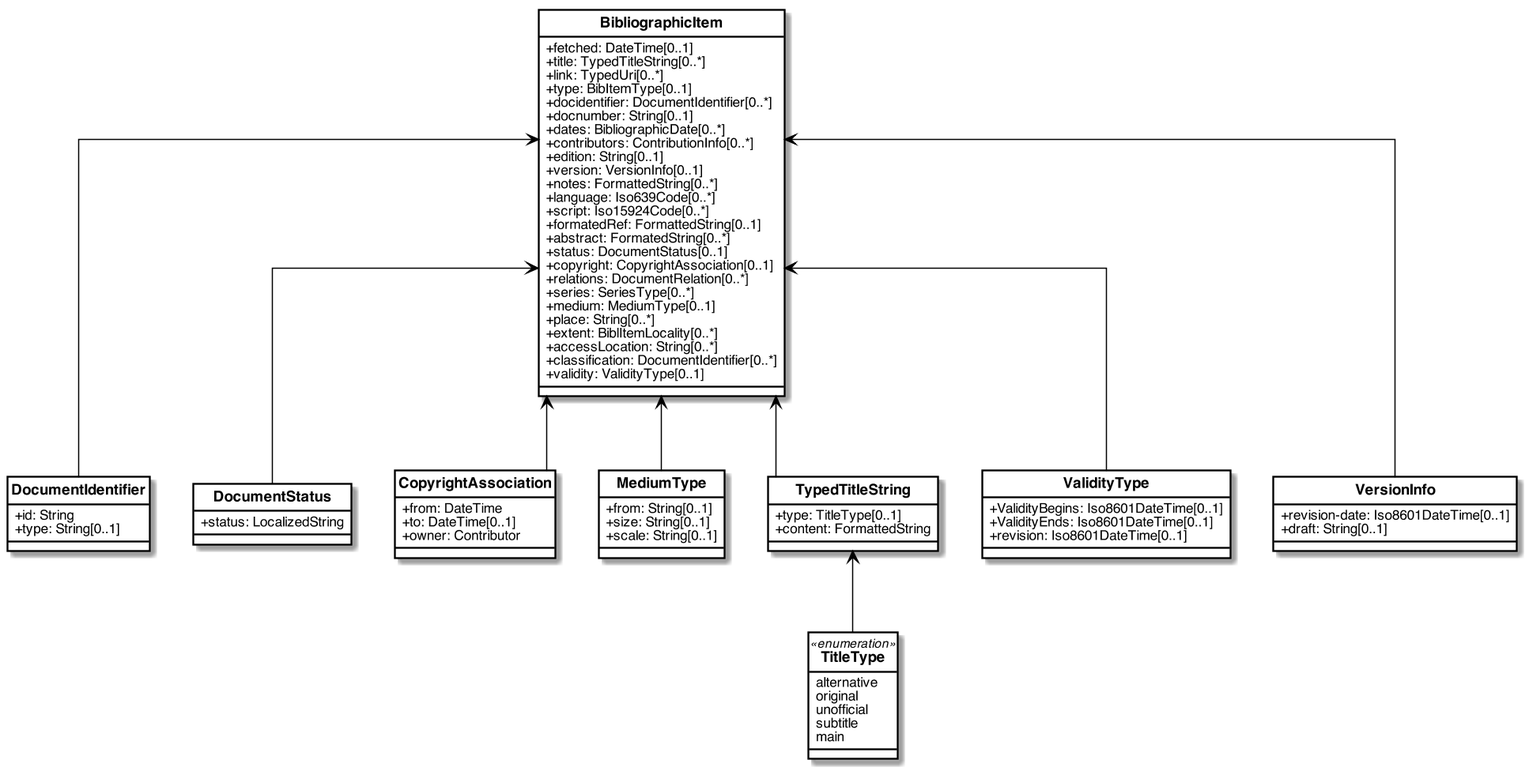
Before: images/RelBib_BibliographicItem.png, a diagram exported from PlantUML (relaton/relaton-models).
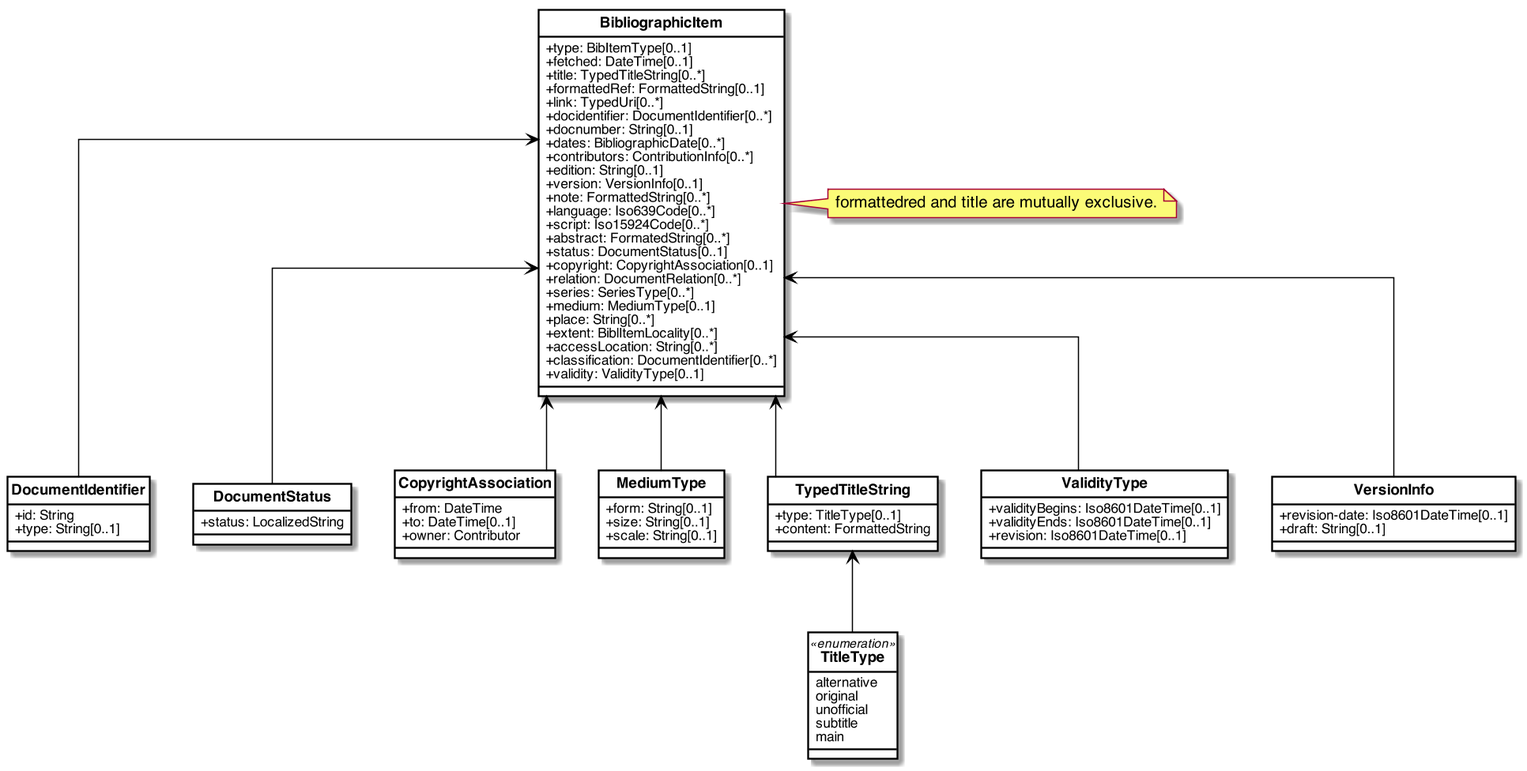
Above is the later version.

What changed in the source:
```diff
@@ -42,24 +42,24 @@
 
 
 class BibliographicItem {
+    +type: BibItemType[0..1]
     +fetched: DateTime[0..1]
     +title: TypedTitleString[0..*]
+    +formattedRef: FormattedString[0..1]
     +link: TypedUri[0..*]
-    +type: BibItemType[0..1]
     +docidentifier: DocumentIdentifier[0..*]
     +docnumber: String[0..1]
     +dates: BibliographicDate[0..*]
     +contributors: ContributionInfo[0..*]
     +edition: String[0..1]
     +version: VersionInfo[0..1]
-    +notes: FormattedString[0..*]
+    +note: FormattedString[0..*]
     +language: Iso639Code[0..*]
     +script: Iso15924Code[0..*]
-    +formatedRef: FormattedString[0..1]
     +abstract: FormatedString[0..*]
     +status: DocumentStatus[0..1]
     +copyright: CopyrightAssociation[0..1]
-    +relations: DocumentRelation[0..*]
+    +relation: DocumentRelation[0..*]
     +series: SeriesType[0..*]
     +medium: MediumType[0..1]
     +place: String[0..*]
@@ -85,7 +85,7 @@
 }
 
 class MediumType{
-    +from: String[0..1]
+    +form: String[0..1]
     +size: String[0..1]
     +scale: String[0..1]
 }
@@ -96,8 +96,8 @@
 }
 
 class ValidityType{
-    +ValidityBegins: Iso8601DateTime[0..1]
-    +ValidityEnds: Iso8601DateTime[0..1]
+    +validityBegins: Iso8601DateTime[0..1]
+    +validityEnds: Iso8601DateTime[0..1]
     +revision: Iso8601DateTime[0..1]
 }
 
@@ -114,7 +114,7 @@
     +draft: String[0..1]
 }
 
-
+note right of BibliographicItem: formattedred and title are mutually exclusive.
 
 
 BibliographicItem <-- DocumentIdentifier
```
